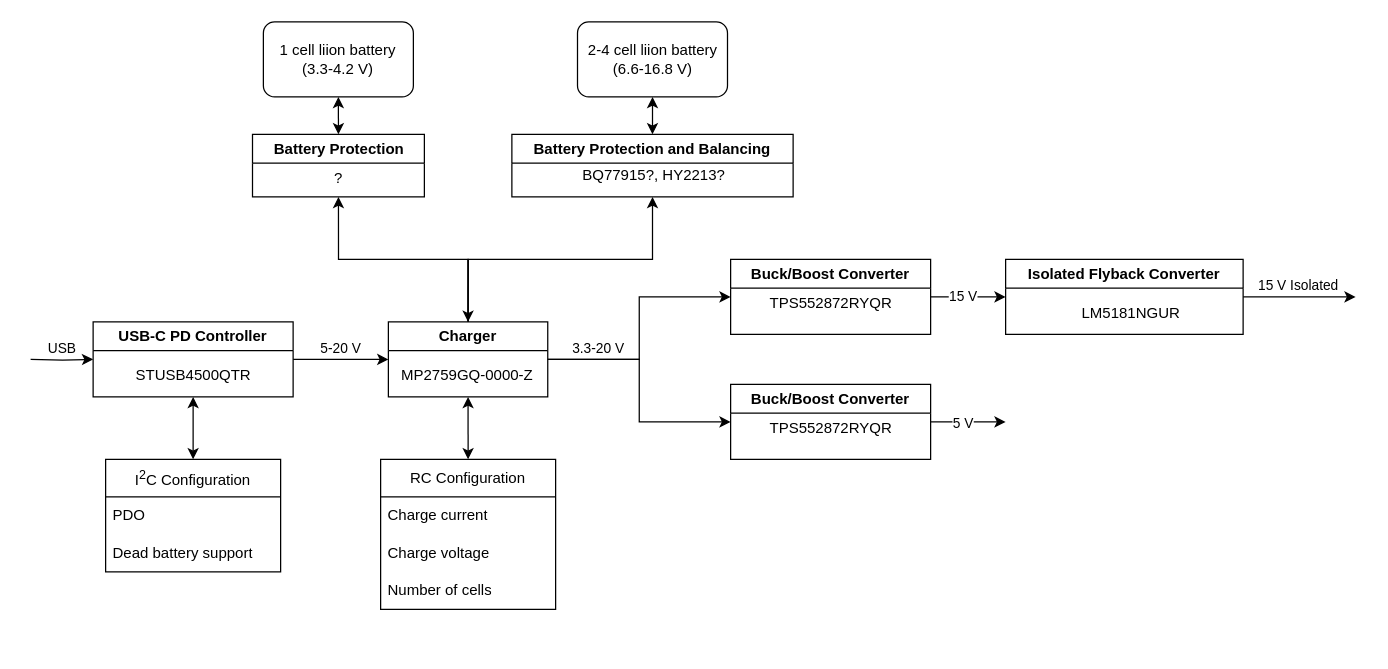
nicholasnloehrke/87s_research keeps this draw.io diagram as drawio/PSU.drawio. Above is the earlier version. Source tidied: cells renumbered, new cells numbered last; positions are measured from the earlier drawing's top-left corner, leaving out a move shared by most shapes. Both pictures are drawn from the tidied source at 125%, with x=0, y=0 at pixel (30, 21).
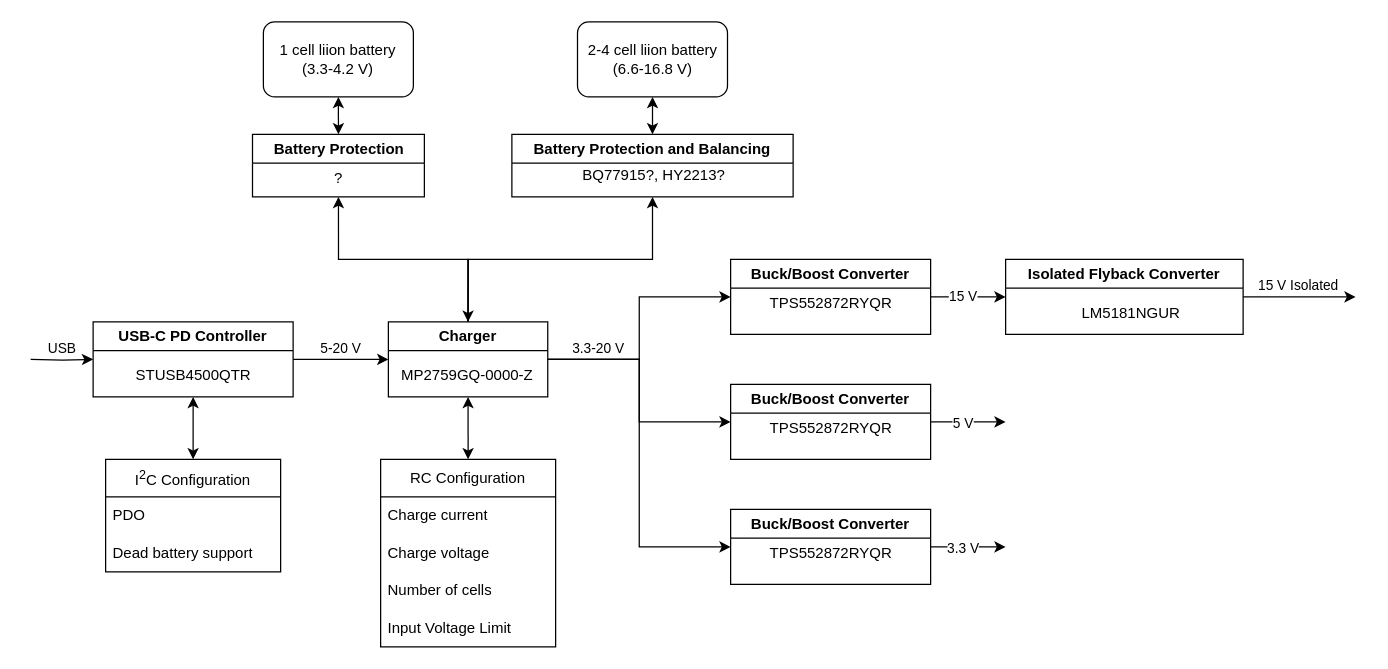
The same diagram, later.

Commit message (it also covers changes not shown here):
psu buck-boost schematic capture

The change refers to these unchanged cells:
```xml
<mxCell id="13" value="Charger" style="swimlane;whiteSpace=wrap;html=1;" parent="1" vertex="1">
  <mxGeometry x="286.2" y="240" width="127.5" height="60" as="geometry" />
</mxCell>
```

What changed in the source:
```diff
@@
+    <mxCell id="45" style="edgeStyle=orthogonalEdgeStyle;rounded=0;jettySize=auto;html=1;entryX=0;entryY=0.5;entryDx=0;entryDy=0;" parent="1" edge="1" source="13" target="47">
+      <mxGeometry relative="1" as="geometry" />
+    </mxCell>
@@
     <mxCell id="36" value="RC Configuration" style="swimlane;fontStyle=0;horizontal=1;startSize=30;whiteSpace=wrap;html=1;" parent="1" vertex="1">
-      <mxGeometry x="280" y="350" width="140" height="120" as="geometry" />
+      <mxGeometry x="280" y="350" width="140" height="150" as="geometry" />
     </mxCell>
@@
+    <mxCell id="46" value="Input Voltage Limit" style="text;strokeColor=none;fillColor=none;align=left;verticalAlign=middle;spacingLeft=4;spacingRight=4;overflow=hidden;whiteSpace=wrap;html=1;" parent="36" vertex="1">
+      <mxGeometry y="120" width="140" height="30" as="geometry" />
+    </mxCell>
@@
+    <mxCell id="47" value="Buck/Boost Converter" style="swimlane;whiteSpace=wrap;html=1;" parent="1" vertex="1">
+      <mxGeometry x="560" y="390" width="160" height="60" as="geometry" />
+    </mxCell>
+    <mxCell id="48" value="TPS552872RYQR" style="text;html=1;align=center;verticalAlign=middle;strokeColor=none;fillColor=none;" parent="47" vertex="1">
+      <mxGeometry x="20" y="20" width="120" height="30" as="geometry" />
+    </mxCell>
+    <mxCell id="49" style="edgeStyle=orthogonalEdgeStyle;rounded=0;jettySize=auto;html=1;exitX=1;exitY=0.5;exitDx=0;exitDy=0;" parent="1" edge="1" source="47">
+      <mxGeometry relative="1" as="geometry">
+        <mxPoint x="780" y="420" as="targetPoint" />
+        <Array as="points">
+          <mxPoint x="780" y="420" />
+        </Array>
+      </mxGeometry>
+    </mxCell>
+    <mxCell id="50" value="3.3 V" style="edgeLabel;html=1;align=center;verticalAlign=middle;" parent="49" vertex="1">
+      <mxGeometry x="0.21" relative="1" as="geometry">
+        <mxPoint x="-11" as="offset" />
+      </mxGeometry>
+    </mxCell>
```
